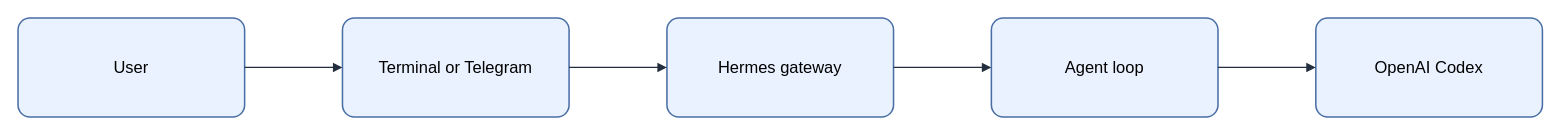
Earlier version of the draw.io diagram assets/img/ai/hermes-wsl2-agent-flow.drawio (KKamJi98/kkamji98.github.io). Source tidied: cells renumbered, new cells numbered last; positions are measured from the earlier drawing's top-left corner, leaving out a move shared by most shapes. Both pictures are drawn from the tidied source at 103%, with x=0, y=0 at pixel (18, 18).
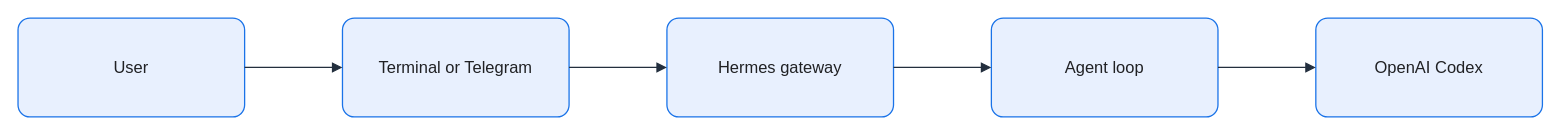
After the change.

Change to the diagram source:
```diff
@@
 <mxGraphModel background="#FFFFFF">
   <root>
     <mxCell id="0" />
     <mxCell id="1" parent="0" />
-    <mxCell id="2" value="User" style="rounded=1;arcSize=12;whiteSpace=wrap;html=0;fillColor=#EAF2FF;strokeColor=#4A6FA5;strokeWidth=1.5;fontColor=#000000;fontSize=16;align=center;verticalAlign=middle;spacing=8;shadow=0;" parent="1" vertex="1">
+    <mxCell id="2" value="User" style="rounded=1;arcSize=12;whiteSpace=wrap;html=0;fillColor=#E8F0FE;strokeColor=#1A73E8;strokeWidth=1.25;fontColor=#202124;fontSize=16;align=center;verticalAlign=middle;spacing=8;shadow=0;" parent="1" vertex="1">
       <mxGeometry width="220" height="96" as="geometry" />
     </mxCell>
-    <mxCell id="3" value="Terminal or Telegram" style="rounded=1;arcSize=12;whiteSpace=wrap;html=0;fillColor=#EAF2FF;strokeColor=#4A6FA5;strokeWidth=1.5;fontColor=#000000;fontSize=16;align=center;verticalAlign=middle;spacing=8;shadow=0;" parent="1" vertex="1">
+    <mxCell id="3" value="Terminal or Telegram" style="rounded=1;arcSize=12;whiteSpace=wrap;html=0;fillColor=#E8F0FE;strokeColor=#1A73E8;strokeWidth=1.25;fontColor=#202124;fontSize=16;align=center;verticalAlign=middle;spacing=8;shadow=0;" parent="1" vertex="1">
       <mxGeometry x="315" width="220" height="96" as="geometry" />
     </mxCell>
-    <mxCell id="4" value="Hermes gateway" style="rounded=1;arcSize=12;whiteSpace=wrap;html=0;fillColor=#EAF2FF;strokeColor=#4A6FA5;strokeWidth=1.5;fontColor=#000000;fontSize=16;align=center;verticalAlign=middle;spacing=8;shadow=0;" parent="1" vertex="1">
+    <mxCell id="4" value="Hermes gateway" style="rounded=1;arcSize=12;whiteSpace=wrap;html=0;fillColor=#E8F0FE;strokeColor=#1A73E8;strokeWidth=1.25;fontColor=#202124;fontSize=16;align=center;verticalAlign=middle;spacing=8;shadow=0;" parent="1" vertex="1">
       <mxGeometry x="630" width="220" height="96" as="geometry" />
     </mxCell>
-    <mxCell id="5" value="Agent loop" style="rounded=1;arcSize=12;whiteSpace=wrap;html=0;fillColor=#EAF2FF;strokeColor=#4A6FA5;strokeWidth=1.5;fontColor=#000000;fontSize=16;align=center;verticalAlign=middle;spacing=8;shadow=0;" parent="1" vertex="1">
+    <mxCell id="5" value="Agent loop" style="rounded=1;arcSize=12;whiteSpace=wrap;html=0;fillColor=#E8F0FE;strokeColor=#1A73E8;strokeWidth=1.25;fontColor=#202124;fontSize=16;align=center;verticalAlign=middle;spacing=8;shadow=0;" parent="1" vertex="1">
       <mxGeometry x="945" width="220" height="96" as="geometry" />
     </mxCell>
-    <mxCell id="6" value="OpenAI Codex" style="rounded=1;arcSize=12;whiteSpace=wrap;html=0;fillColor=#EAF2FF;strokeColor=#4A6FA5;strokeWidth=1.5;fontColor=#000000;fontSize=16;align=center;verticalAlign=middle;spacing=8;shadow=0;" parent="1" vertex="1">
+    <mxCell id="6" value="OpenAI Codex" style="rounded=1;arcSize=12;whiteSpace=wrap;html=0;fillColor=#E8F0FE;strokeColor=#1A73E8;strokeWidth=1.25;fontColor=#202124;fontSize=16;align=center;verticalAlign=middle;spacing=8;shadow=0;" parent="1" vertex="1">
       <mxGeometry x="1260" width="220" height="96" as="geometry" />
     </mxCell>
-    <mxCell id="7" style="edgeStyle=orthogonalEdgeStyle;rounded=0;jettySize=auto;html=0;endArrow=block;endFill=1;strokeColor=#232F3E;strokeWidth=1.25;fontColor=#000000;labelBackgroundColor=none;exitX=1;exitY=0.5;exitDx=0;exitDy=0;entryX=0;entryY=0.5;entryDx=0;entryDy=0;" parent="1" edge="1" source="2" target="3">
+    <mxCell id="7" style="edgeStyle=orthogonalEdgeStyle;rounded=0;jettySize=auto;html=0;endArrow=block;endFill=1;strokeColor=#232F3E;strokeWidth=1.25;fontColor=#202124;labelBackgroundColor=none;exitX=1;exitY=0.5;exitDx=0;exitDy=0;entryX=0;entryY=0.5;entryDx=0;entryDy=0;endSize=7;" parent="1" edge="1" source="2" target="3">
       <mxGeometry relative="1" as="geometry" />
     </mxCell>
-    <mxCell id="8" style="edgeStyle=orthogonalEdgeStyle;rounded=0;jettySize=auto;html=0;endArrow=block;endFill=1;strokeColor=#232F3E;strokeWidth=1.25;fontColor=#000000;labelBackgroundColor=none;exitX=1;exitY=0.5;exitDx=0;exitDy=0;entryX=0;entryY=0.5;entryDx=0;entryDy=0;" parent="1" edge="1" source="3" target="4">
+    <mxCell id="8" style="edgeStyle=orthogonalEdgeStyle;rounded=0;jettySize=auto;html=0;endArrow=block;endFill=1;strokeColor=#232F3E;strokeWidth=1.25;fontColor=#202124;labelBackgroundColor=none;exitX=1;exitY=0.5;exitDx=0;exitDy=0;entryX=0;entryY=0.5;entryDx=0;entryDy=0;endSize=7;" parent="1" edge="1" source="3" target="4">
       <mxGeometry relative="1" as="geometry" />
     </mxCell>
-    <mxCell id="9" style="edgeStyle=orthogonalEdgeStyle;rounded=0;jettySize=auto;html=0;endArrow=block;endFill=1;strokeColor=#232F3E;strokeWidth=1.25;fontColor=#000000;labelBackgroundColor=none;exitX=1;exitY=0.5;exitDx=0;exitDy=0;entryX=0;entryY=0.5;entryDx=0;entryDy=0;" parent="1" edge="1" source="4" target="5">
+    <mxCell id="9" style="edgeStyle=orthogonalEdgeStyle;rounded=0;jettySize=auto;html=0;endArrow=block;endFill=1;strokeColor=#232F3E;strokeWidth=1.25;fontColor=#202124;labelBackgroundColor=none;exitX=1;exitY=0.5;exitDx=0;exitDy=0;entryX=0;entryY=0.5;entryDx=0;entryDy=0;endSize=7;" parent="1" edge="1" source="4" target="5">
       <mxGeometry relative="1" as="geometry" />
     </mxCell>
-    <mxCell id="10" style="edgeStyle=orthogonalEdgeStyle;rounded=0;jettySize=auto;html=0;endArrow=block;endFill=1;strokeColor=#232F3E;strokeWidth=1.25;fontColor=#000000;labelBackgroundColor=none;exitX=1;exitY=0.5;exitDx=0;exitDy=0;entryX=0;entryY=0.5;entryDx=0;entryDy=0;" parent="1" edge="1" source="5" target="6">
+    <mxCell id="10" style="edgeStyle=orthogonalEdgeStyle;rounded=0;jettySize=auto;html=0;endArrow=block;endFill=1;strokeColor=#232F3E;strokeWidth=1.25;fontColor=#202124;labelBackgroundColor=none;exitX=1;exitY=0.5;exitDx=0;exitDy=0;entryX=0;entryY=0.5;entryDx=0;entryDy=0;endSize=7;" parent="1" edge="1" source="5" target="6">
       <mxGeometry relative="1" as="geometry" />
     </mxCell>
   </root>
 </mxGraphModel>
```
